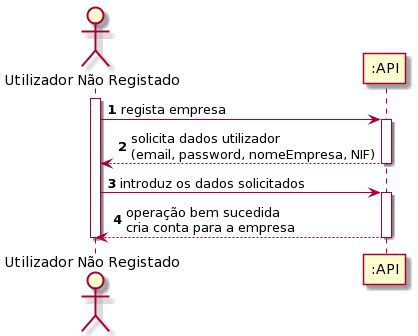
This is Documentos/Sprint2/UC1/UC1_SSD.png from UPskillDOTNET/Jakim-das-Coives-S.A., a PlantUML export, as it was before one commit. Source of this version:
```plantuml
@startuml
autonumber
actor "Utilizador Não Registado" as UserNR

activate UserNR
UserNR -> ":API" : regista empresa
activate ":API"
":API" --> UserNR : solicita dados utilizador \n(email, password, nomeEmpresa, NIF)
deactivate ":API"

UserNR -> ":API" : introduz os dados solicitados
activate ":API"

":API" --> UserNR : operação bem sucedida \ncria conta para a empresa
deactivate ":API"

deactivate UserNR
@enduml
```
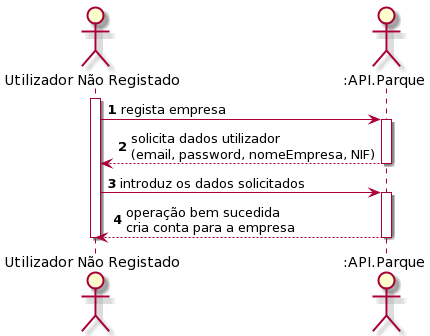
The same diagram one commit later.

Commit message:
Revised UC1 para Coerência com Glossário

Change to the diagram source:
```diff
@@ -1,18 +1,19 @@
 @startuml
 autonumber
 actor "Utilizador Não Registado" as UserNR
+actor ":API.Parque" as API
 
 activate UserNR
-UserNR -> ":API" : regista empresa
-activate ":API"
-":API" --> UserNR : solicita dados utilizador \n(email, password, nomeEmpresa, NIF)
-deactivate ":API"
+UserNR -> "API" : regista empresa
+activate "API"
+"API" --> UserNR : solicita dados utilizador \n(email, password, nomeEmpresa, NIF)
+deactivate "API"
 
-UserNR -> ":API" : introduz os dados solicitados
-activate ":API"
+UserNR -> "API" : introduz os dados solicitados
+activate "API"
 
-":API" --> UserNR : operação bem sucedida \ncria conta para a empresa
-deactivate ":API"
+"API" --> UserNR : operação bem sucedida \ncria conta para a empresa
+deactivate "API"
 
 deactivate UserNR
 @enduml
```
